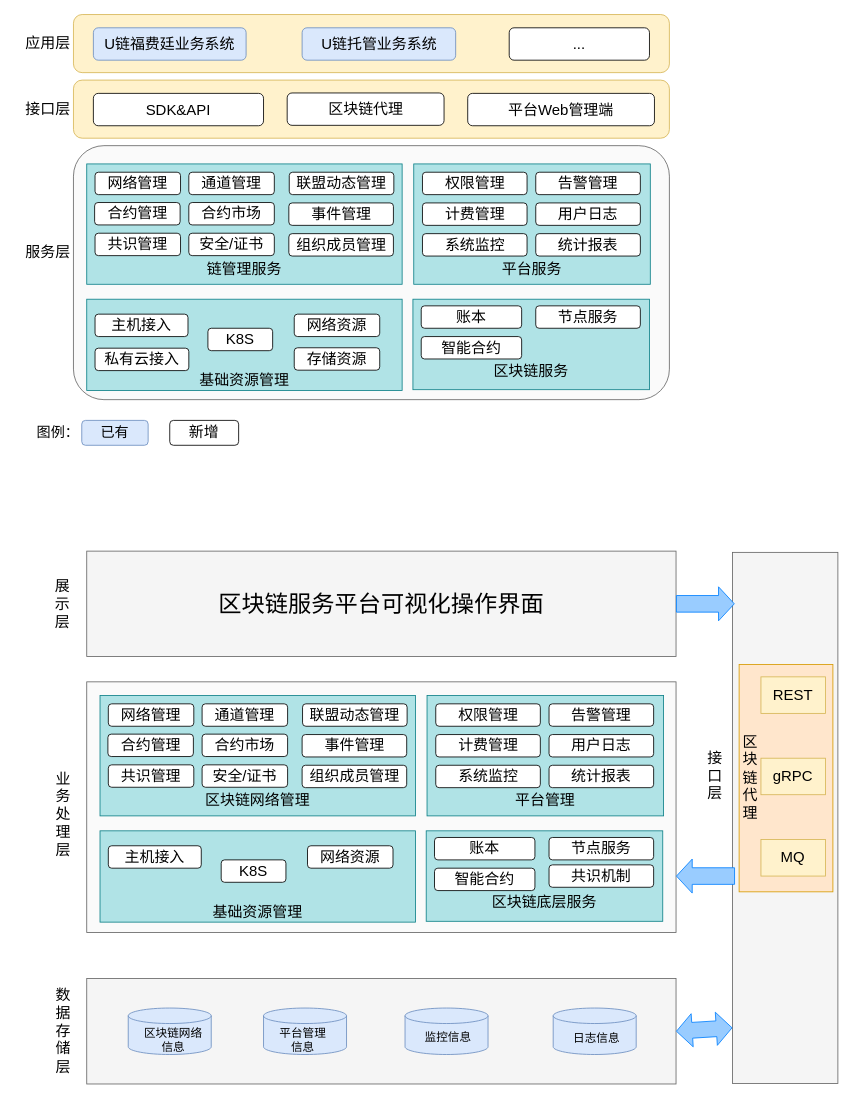
dilide/collections keeps this draw.io diagram as repository/drawio/postb/业务功能架构图1.drawio. Above is the earlier version. Source tidied: cells renumbered, new cells numbered last; positions are measured from the earlier drawing's top-left corner, leaving out a move shared by most shapes. Both pictures are drawn from the tidied source at 83%, with x=0, y=0 at pixel (14, 14).
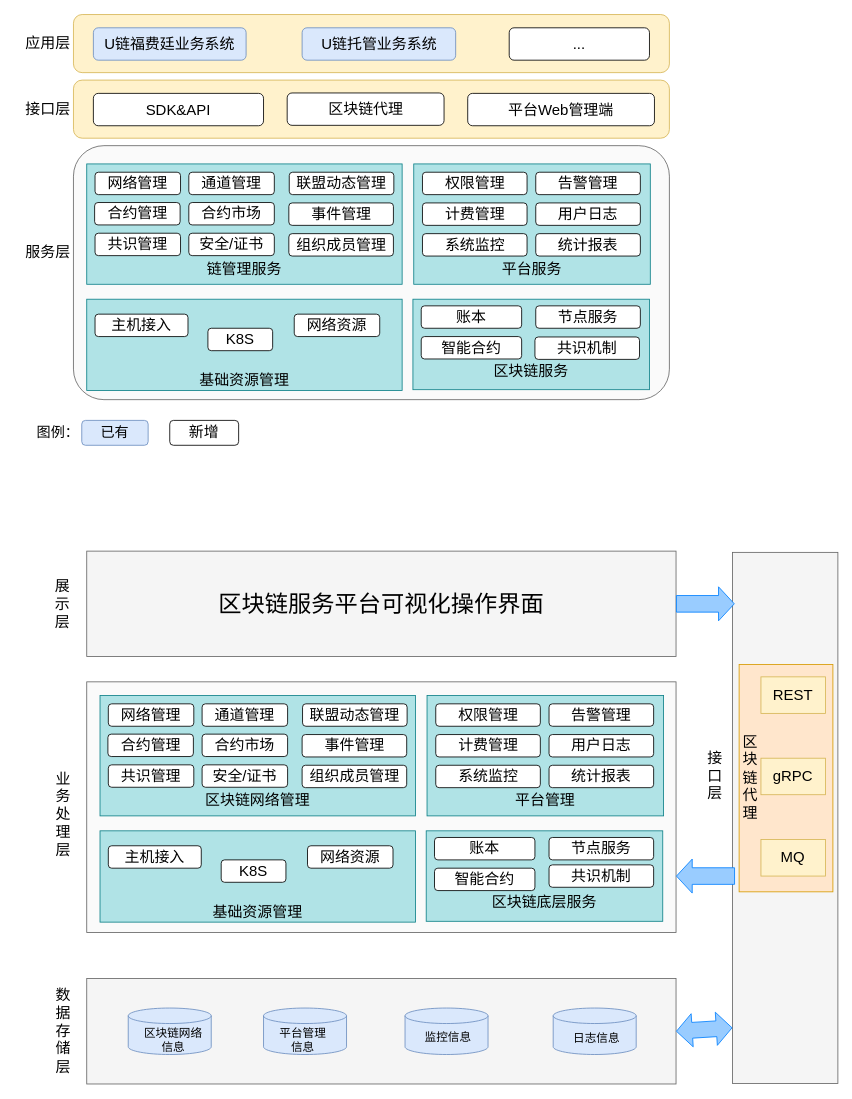
The same page after the edit.

Commit message:
Update 业务功能架构图1.drawio

Diff of the diagram source:
```diff
@@
-    <mxCell id="37" value="私有云接入" style="rounded=1;whiteSpace=wrap;html=1;shadow=0;glass=0;comic=0;fontSize=18;" parent="1" vertex="1">
-      <mxGeometry x="97" y="402" width="113" height="27" as="geometry" />
-    </mxCell>
@@
-    <mxCell id="39" value="存储资源" style="rounded=1;whiteSpace=wrap;html=1;shadow=0;glass=0;comic=0;fontSize=18;" parent="1" vertex="1">
-      <mxGeometry x="337" y="401.5" width="103" height="27" as="geometry" />
-    </mxCell>
@@
+    <mxCell id="94" value="共识机制" style="rounded=1;whiteSpace=wrap;html=1;shadow=0;glass=0;comic=0;fontSize=18;fillColor=#FFFFFF;strokeColor=#000000;" parent="1" vertex="1">
+      <mxGeometry x="627" y="388.5" width="126" height="27" as="geometry" />
+    </mxCell>
```
